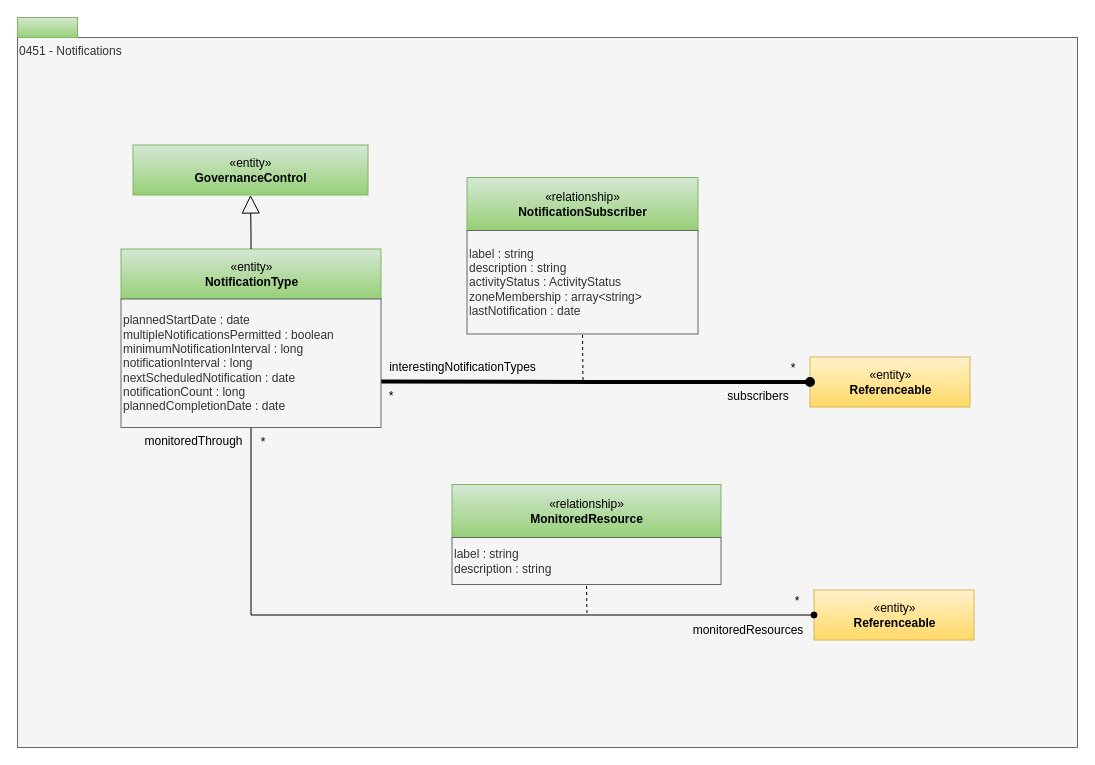
The draw.io diagram page "0451-Notifications" (17 of 30) of site/docs/types/4/area-4-governance.drawio in odpi/egeria-docs, before the edit. Source tidied: cells renumbered, new cells numbered last; positions are measured from the earlier drawing's top-left corner, leaving out a move shared by most shapes. Both pictures are drawn from the tidied source at 100%, with x=0, y=0 at pixel (17, 17).
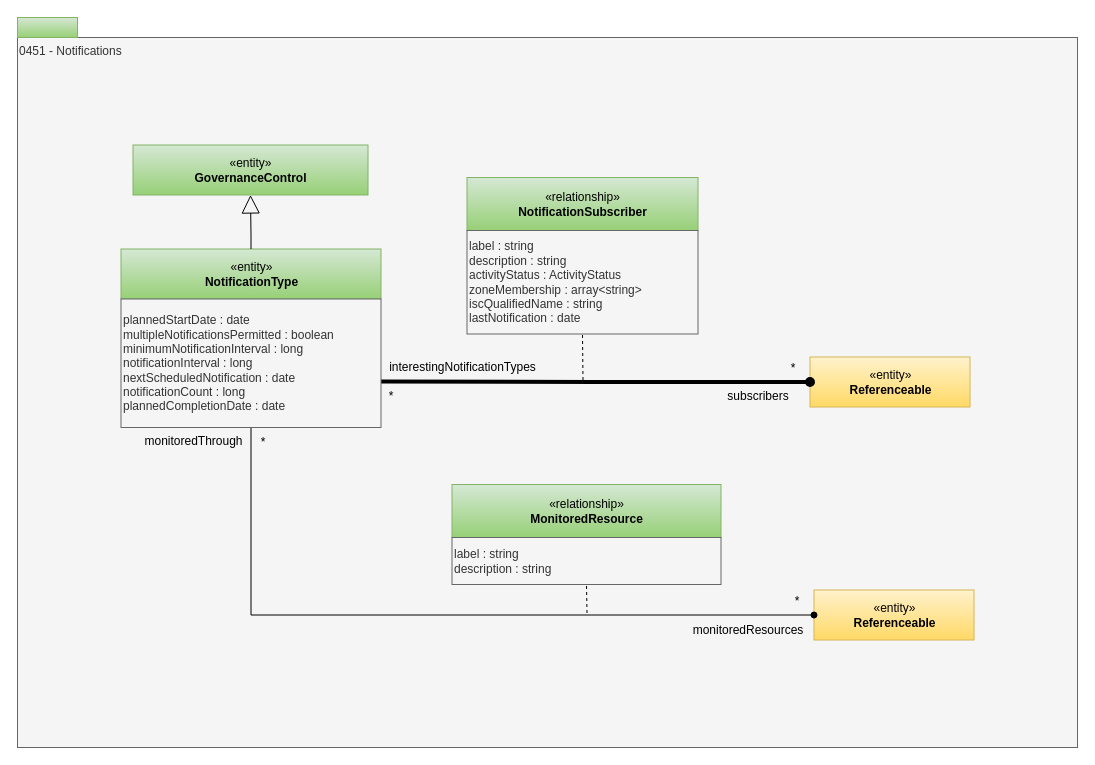
Above is the later version.

What changed in the source:
```diff
@@
-    <mxCell id="7" value="label : string&lt;div&gt;description : string&lt;/div&gt;&lt;div&gt;activityStatus : ActivityStatus&lt;/div&gt;&lt;div&gt;zoneMembership : array&amp;lt;string&amp;gt;&lt;/div&gt;&lt;div&gt;lastNotification : date&lt;/div&gt;" style="rounded=0;whiteSpace=wrap;html=1;strokeColor=#666666;align=left;fillColor=#f5f5f5;fontColor=#333333;" parent="1" vertex="1">
+    <mxCell id="7" value="label : string&lt;div&gt;description : string&lt;/div&gt;&lt;div&gt;activityStatus : ActivityStatus&lt;/div&gt;&lt;div&gt;zoneMembership : array&amp;lt;string&amp;gt;&lt;/div&gt;&lt;div&gt;iscQualifiedName : string&lt;/div&gt;&lt;div&gt;lastNotification : date&lt;/div&gt;" style="rounded=0;whiteSpace=wrap;html=1;strokeColor=#666666;align=left;fillColor=#f5f5f5;fontColor=#333333;" parent="1" vertex="1">
       <mxGeometry x="449.5" y="213" width="231" height="103.5" as="geometry" />
     </mxCell>
```
